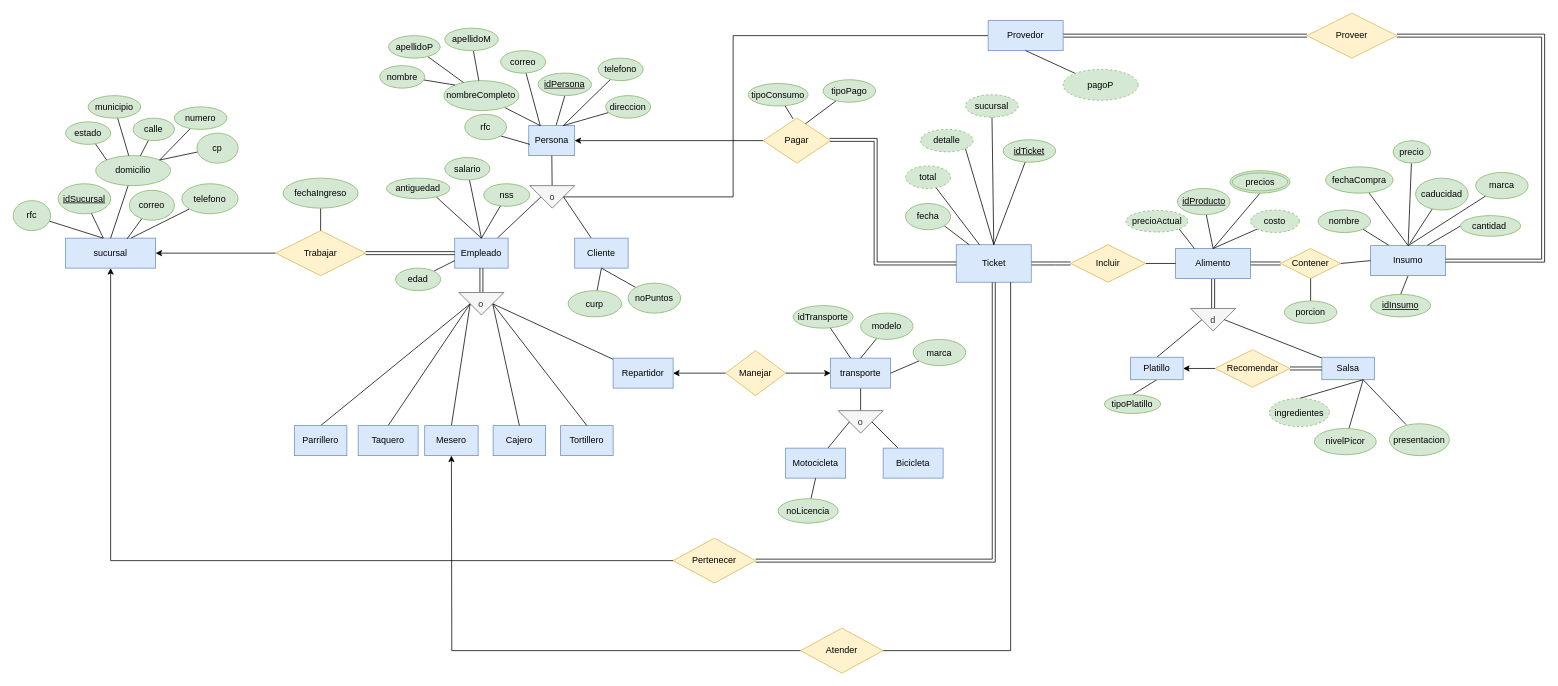
This is TacoRiendo2.drawio from FBD-Alfa/taco-riendo, a draw.io file, before an edit. Source tidied: cells renumbered, new cells numbered last; positions are measured from the earlier drawing's top-left corner, leaving out a move shared by most shapes. Both pictures are drawn from the tidied source at 75%, with x=0, y=0 at pixel (13, 13).
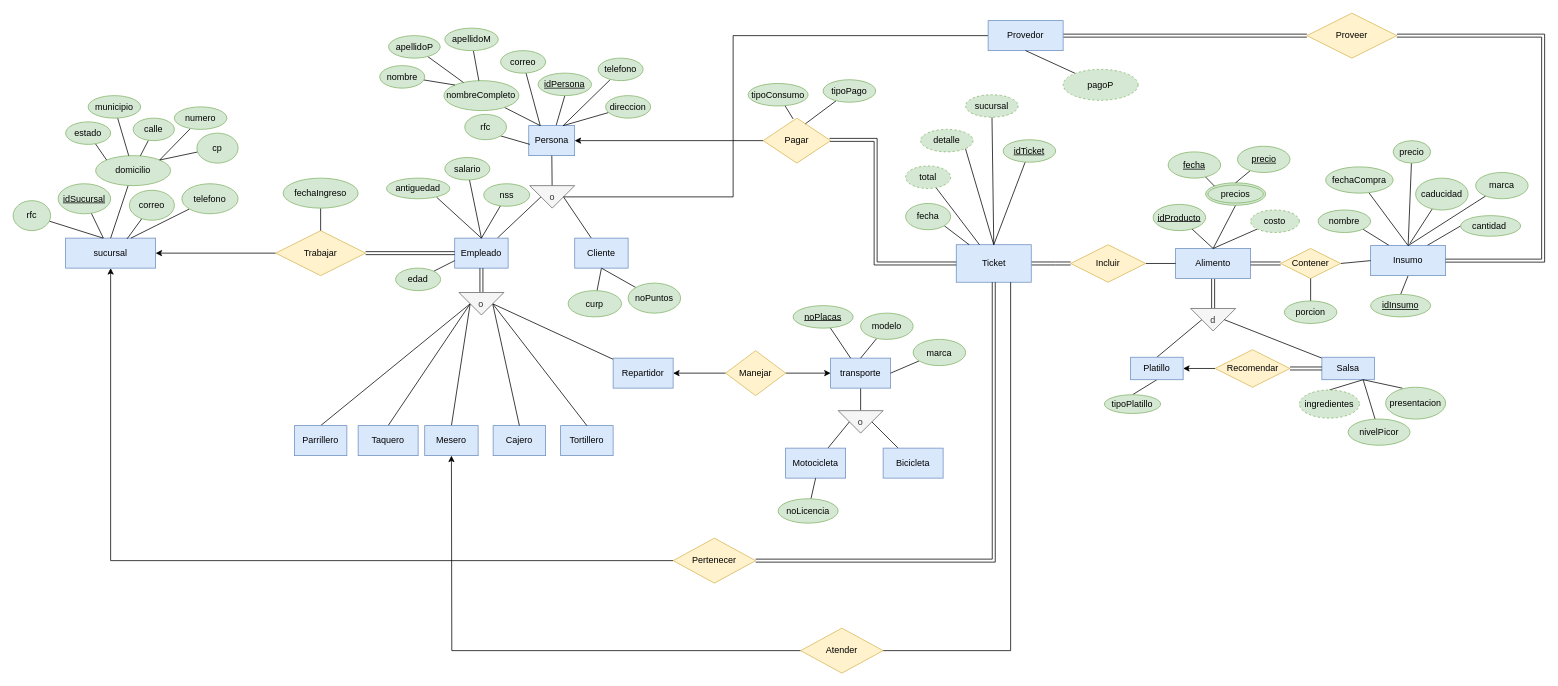
The same page after the edit.

Commit message:
Modifica el historial de precios

Unchanged cells that the change refers to:
```xml
<mxCell id="3" value="Alimento" style="whiteSpace=wrap;html=1;align=center;fillColor=#dae8fc;strokeColor=#6c8ebf;" parent="1" vertex="1">
  <mxGeometry x="1550" y="313.8" width="100" height="40" as="geometry" />
</mxCell>
```

What changed in the source:
```diff
@@
     <mxCell id="22" value="idProducto" style="ellipse;whiteSpace=wrap;html=1;align=center;fontStyle=4;fillColor=#d5e8d4;strokeColor=#82b366;" parent="1" vertex="1">
-      <mxGeometry x="1552.5" y="233.8" width="70" height="35" as="geometry" />
+      <mxGeometry x="1520" y="255" width="70" height="35" as="geometry" />
     </mxCell>
@@
-    <mxCell id="30" style="edgeStyle=none;rounded=0;jettySize=auto;html=1;exitX=0.25;exitY=0;exitDx=0;exitDy=0;endArrow=none;endFill=0;entryX=1;entryY=1;entryDx=0;entryDy=0;" parent="1" edge="1" source="3" target="177">
-      <mxGeometry relative="1" as="geometry" />
-    </mxCell>
@@
-    <mxCell id="93" value="idTransporte" style="ellipse;whiteSpace=wrap;html=1;align=center;fillColor=#d5e8d4;strokeColor=#82b366;" parent="1" vertex="1">
+    <mxCell id="93" value="&lt;u&gt;noPlacas&lt;/u&gt;" style="ellipse;whiteSpace=wrap;html=1;align=center;fillColor=#d5e8d4;strokeColor=#82b366;" parent="1" vertex="1">
       <mxGeometry x="1040" y="390" width="80" height="30" as="geometry" />
     </mxCell>
@@
     <mxCell id="138" value="presentacion" style="ellipse;whiteSpace=wrap;html=1;align=center;fillColor=#d5e8d4;strokeColor=#82b366;" parent="1" vertex="1">
-      <mxGeometry x="1835" y="547.5" width="80" height="42.5" as="geometry" />
+      <mxGeometry x="1830" y="498.8" width="80" height="42.5" as="geometry" />
     </mxCell>
@@
     <mxCell id="140" value="nivelPicor" style="ellipse;whiteSpace=wrap;html=1;align=center;fillColor=#d5e8d4;strokeColor=#82b366;" parent="1" vertex="1">
-      <mxGeometry x="1735" y="553.8" width="82.5" height="35" as="geometry" />
+      <mxGeometry x="1780" y="541.2" width="82.5" height="35" as="geometry" />
     </mxCell>
@@
     <mxCell id="142" value="ingredientes" style="ellipse;whiteSpace=wrap;html=1;align=center;dashed=1;fillColor=#d5e8d4;strokeColor=#82b366;" parent="1" vertex="1">
-      <mxGeometry x="1675" y="513.8" width="80" height="37.5" as="geometry" />
+      <mxGeometry x="1715" y="502.5" width="80" height="37.5" as="geometry" />
     </mxCell>
@@
     <mxCell id="174" value="precios" style="ellipse;shape=doubleEllipse;margin=3;whiteSpace=wrap;html=1;align=center;fillColor=#d5e8d4;strokeColor=#82b366;" parent="1" vertex="1">
-      <mxGeometry x="1622.5" y="210" width="80" height="30" as="geometry" />
+      <mxGeometry x="1590" y="226.2" width="80" height="30" as="geometry" />
     </mxCell>
@@
-    <mxCell id="177" value="precioActual" style="ellipse;whiteSpace=wrap;html=1;align=center;dashed=1;fillColor=#d5e8d4;strokeColor=#82b366;" parent="1" vertex="1">
-      <mxGeometry x="1483.8" y="263.1" width="82.5" height="28.8" as="geometry" />
-    </mxCell>
+    <mxCell id="178" style="edgeStyle=none;rounded=0;jettySize=auto;html=1;endArrow=none;endFill=0;entryX=0;entryY=0;entryDx=0;entryDy=0;" parent="1" edge="1" source="179" target="174">
+      <mxGeometry relative="1" as="geometry" />
+    </mxCell>
+    <mxCell id="179" value="fecha" style="ellipse;whiteSpace=wrap;html=1;align=center;fontStyle=4;fillColor=#d5e8d4;strokeColor=#82b366;" parent="1" vertex="1">
+      <mxGeometry x="1540" y="185" width="70" height="35" as="geometry" />
+    </mxCell>
+    <mxCell id="180" style="edgeStyle=none;rounded=0;jettySize=auto;html=1;endArrow=none;endFill=0;entryX=0.5;entryY=0;entryDx=0;entryDy=0;" parent="1" edge="1" source="181" target="174">
+      <mxGeometry relative="1" as="geometry" />
+    </mxCell>
+    <mxCell id="181" value="precio" style="ellipse;whiteSpace=wrap;html=1;align=center;fontStyle=4;fillColor=#d5e8d4;strokeColor=#82b366;" parent="1" vertex="1">
+      <mxGeometry x="1632.5" y="177.5" width="70" height="35" as="geometry" />
+    </mxCell>
```
